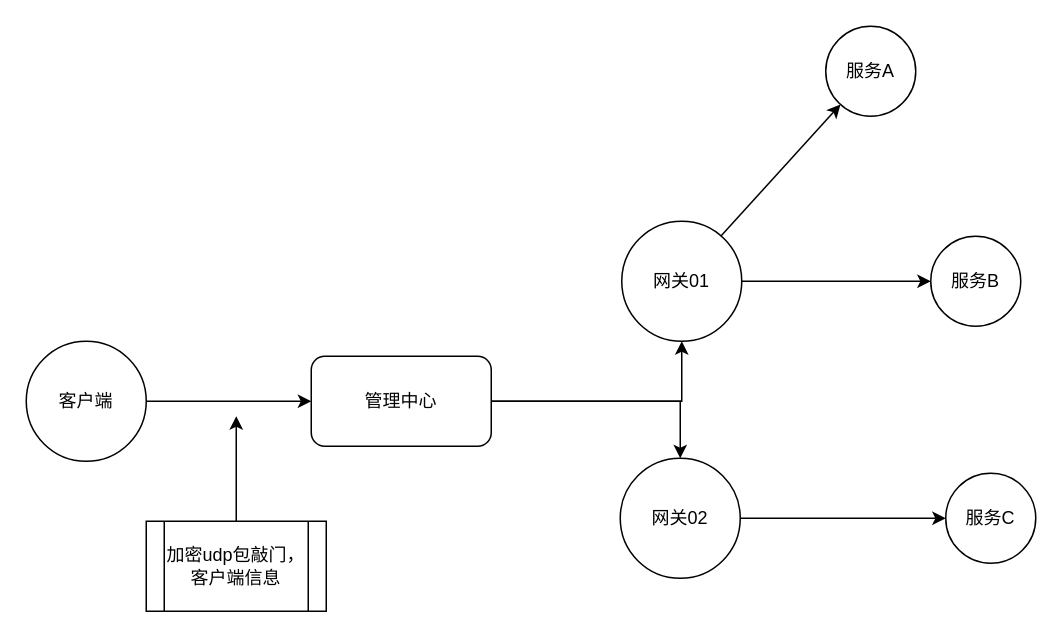
The draw.io diagram 未命名绘图.drawio in Vincent-link/cad, before the edit. Source tidied: cells renumbered, new cells numbered last; positions are measured from the earlier drawing's top-left corner, leaving out a move shared by most shapes. Both pictures are drawn from the tidied source at 150%, with x=0, y=0 at pixel (26, 26).
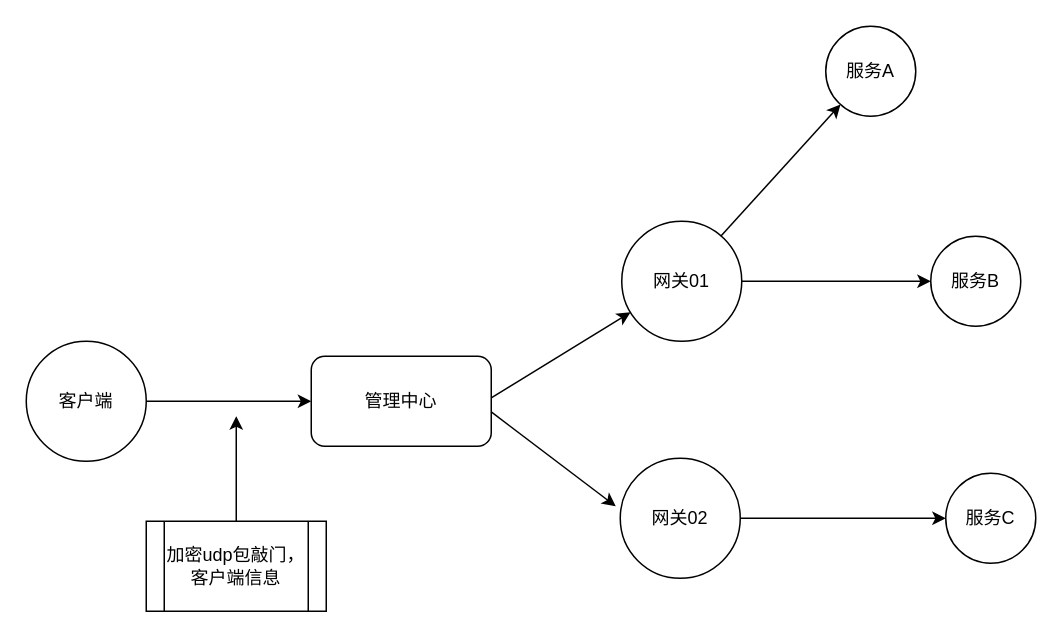
Above is the later version.

Commit message (it also covers changes not shown here):
更新未命名绘图.drawio

Change to the diagram source:
```diff
@@
 <mxGraphModel>
   <root>
     <mxCell id="0" />
     <mxCell id="1" parent="0" />
     <mxCell id="2" style="edgeStyle=orthogonalEdgeStyle;rounded=0;jettySize=auto;html=1;" parent="1" edge="1" source="3" target="6">
       <mxGeometry relative="1" as="geometry" />
     </mxCell>
     <mxCell id="3" value="客户端" style="ellipse;whiteSpace=wrap;html=1;" parent="1" vertex="1">
       <mxGeometry y="210" width="80" height="80" as="geometry" />
     </mxCell>
-    <mxCell id="4" style="edgeStyle=orthogonalEdgeStyle;rounded=0;jettySize=auto;html=1;" parent="1" edge="1" source="6" target="8">
-      <mxGeometry relative="1" as="geometry" />
-    </mxCell>
-    <mxCell id="5" style="edgeStyle=orthogonalEdgeStyle;rounded=0;jettySize=auto;html=1;entryX=0.5;entryY=0;entryDx=0;entryDy=0;" parent="1" edge="1" source="6" target="10">
-      <mxGeometry relative="1" as="geometry" />
-    </mxCell>
     <mxCell id="6" value="管理中心" style="rounded=1;whiteSpace=wrap;html=1;" parent="1" vertex="1">
       <mxGeometry x="190" y="220" width="120" height="60" as="geometry" />
     </mxCell>
     <mxCell id="7" style="edgeStyle=orthogonalEdgeStyle;rounded=0;jettySize=auto;html=1;entryX=0;entryY=0.5;entryDx=0;entryDy=0;" parent="1" edge="1" source="8" target="15">
       <mxGeometry relative="1" as="geometry" />
     </mxCell>
     <mxCell id="8" value="网关01" style="ellipse;whiteSpace=wrap;html=1;" parent="1" vertex="1">
       <mxGeometry x="397" y="130" width="80" height="80" as="geometry" />
     </mxCell>
     <mxCell id="9" style="edgeStyle=orthogonalEdgeStyle;rounded=0;jettySize=auto;html=1;entryX=0;entryY=0.5;entryDx=0;entryDy=0;" parent="1" edge="1" source="10" target="16">
       <mxGeometry relative="1" as="geometry" />
     </mxCell>
     <mxCell id="10" value="网关02" style="ellipse;whiteSpace=wrap;html=1;" parent="1" vertex="1">
       <mxGeometry x="396" y="288" width="80" height="80" as="geometry" />
     </mxCell>
     <mxCell id="11" value="服务A" style="ellipse;whiteSpace=wrap;html=1;" parent="1" vertex="1">
       <mxGeometry x="533" width="60" height="60" as="geometry" />
     </mxCell>
     <mxCell id="12" style="edgeStyle=orthogonalEdgeStyle;rounded=0;jettySize=auto;html=1;" parent="1" edge="1" source="13">
       <mxGeometry relative="1" as="geometry">
         <mxPoint x="140" y="260" as="targetPoint" />
       </mxGeometry>
     </mxCell>
     <mxCell id="13" value="加密udp包敲门，&lt;br&gt;客户端信息" style="shape=process;whiteSpace=wrap;html=1;backgroundOutline=1;" parent="1" vertex="1">
       <mxGeometry x="80" y="330" width="120" height="60" as="geometry" />
     </mxCell>
     <mxCell id="14" style="endArrow=classic;html=1;rounded=0;" parent="1" edge="1" target="11">
       <mxGeometry relative="1" as="geometry">
         <mxPoint x="463" y="140" as="sourcePoint" />
       </mxGeometry>
     </mxCell>
     <mxCell id="15" value="服务B" style="ellipse;whiteSpace=wrap;html=1;" parent="1" vertex="1">
       <mxGeometry x="603" y="140" width="60" height="60" as="geometry" />
     </mxCell>
     <mxCell id="16" value="服务C" style="ellipse;whiteSpace=wrap;html=1;" parent="1" vertex="1">
       <mxGeometry x="613" y="298" width="60" height="60" as="geometry" />
     </mxCell>
+    <mxCell id="17" style="endArrow=classic;html=1;rounded=0;" parent="1" edge="1" target="8">
+      <mxGeometry relative="1" as="geometry">
+        <mxPoint x="310" y="247.8" as="sourcePoint" />
+      </mxGeometry>
+    </mxCell>
+    <mxCell id="18" style="endArrow=classic;html=1;rounded=0;" parent="1" edge="1">
+      <mxGeometry relative="1" as="geometry">
+        <mxPoint x="310" y="257.1" as="sourcePoint" />
+        <mxPoint x="393" y="320" as="targetPoint" />
+      </mxGeometry>
+    </mxCell>
   </root>
 </mxGraphModel>
```
